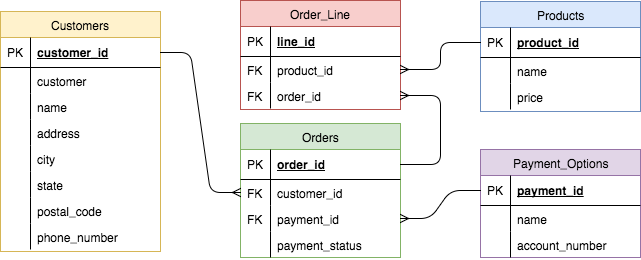
Earlier version of the draw.io export images/bangazon_erd.png (joellegg/bangazon-cli-ordering-system). Source tidied: cells renumbered, new cells last; positions are measured from the earlier drawing's top-left corner, leaving out a move shared by most shapes.
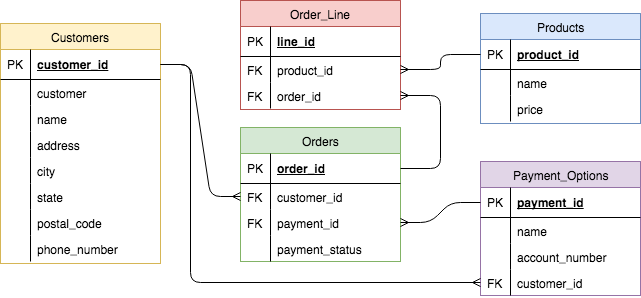
The same diagram one commit later.

The edit, as a diff of the source:
```diff
@@ -54,7 +54,7 @@
       <mxGeometry width="30" height="26" as="geometry" />
     </mxCell>
     <mxCell id="19" value="Payment_Options" style="swimlane;html=1;fontStyle=0;horizontal=1;startSize=26;fillColor=#e1d5e7;swimlaneFillColor=#ffffff;align=center;strokeColor=#9673a6;" parent="1" vertex="1">
-      <mxGeometry x="480" y="149" width="160" height="108" as="geometry" />
+      <mxGeometry x="480" y="149" width="160" height="134" as="geometry" />
     </mxCell>
     <mxCell id="20" value="payment_id" style="shape=partialRectangle;top=0;left=0;right=0;bottom=1;html=1;align=left;verticalAlign=middle;fillColor=none;spacingLeft=34;spacingRight=4;whiteSpace=wrap;overflow=hidden;points=[[0,0.5],[1,0.5]];portConstraint=eastwest;fontStyle=5;" parent="19" vertex="1">
       <mxGeometry y="26" width="160" height="30" as="geometry" />
@@ -74,6 +74,12 @@
     <mxCell id="25" style="shape=partialRectangle;top=0;left=0;bottom=0;html=1;fillColor=none;align=left;verticalAlign=top;spacingLeft=4;spacingRight=4;whiteSpace=wrap;overflow=hidden;" parent="24" vertex="1">
       <mxGeometry width="30" height="26" as="geometry" />
     </mxCell>
+    <mxCell id="53" value="customer_id" style="shape=partialRectangle;top=0;left=0;right=0;bottom=0;html=1;align=left;verticalAlign=top;fillColor=none;spacingLeft=34;spacingRight=4;whiteSpace=wrap;overflow=hidden;points=[[0,0.5],[1,0.5]];portConstraint=eastwest;" parent="19" vertex="1">
+      <mxGeometry y="108" width="160" height="26" as="geometry" />
+    </mxCell>
+    <mxCell id="54" value="FK" style="shape=partialRectangle;top=0;left=0;bottom=0;html=1;fillColor=none;align=left;verticalAlign=top;spacingLeft=4;spacingRight=4;whiteSpace=wrap;overflow=hidden;" parent="53" vertex="1">
+      <mxGeometry width="30" height="26" as="geometry" />
+    </mxCell>
     <mxCell id="26" value="Products" style="swimlane;html=1;fontStyle=0;horizontal=1;startSize=26;fillColor=#dae8fc;swimlaneFillColor=#ffffff;align=center;strokeColor=#6c8ebf;" parent="1" vertex="1">
       <mxGeometry x="480" y="1" width="160" height="110" as="geometry" />
     </mxCell>
@@ -96,7 +102,7 @@
       <mxGeometry width="30" height="26" as="geometry" />
     </mxCell>
     <mxCell id="33" value="Orders" style="swimlane;html=1;fontStyle=0;horizontal=1;startSize=26;fillColor=#d5e8d4;swimlaneFillColor=#ffffff;align=center;strokeColor=#82b366;" parent="1" vertex="1">
-      <mxGeometry x="240" y="123" width="160" height="134" as="geometry" />
+      <mxGeometry x="240" y="115" width="160" height="134" as="geometry" />
     </mxCell>
     <mxCell id="34" value="order_id" style="shape=partialRectangle;top=0;left=0;right=0;bottom=1;html=1;align=left;verticalAlign=middle;fillColor=none;spacingLeft=34;spacingRight=4;whiteSpace=wrap;overflow=hidden;points=[[0,0.5],[1,0.5]];portConstraint=eastwest;fontStyle=5;" parent="33" vertex="1">
       <mxGeometry y="26" width="160" height="30" as="geometry" />
@@ -123,7 +129,7 @@
       <mxGeometry width="30" height="26" as="geometry" />
     </mxCell>
     <mxCell id="42" value="Order_Line" style="swimlane;html=1;fontStyle=0;horizontal=1;startSize=26;fillColor=#f8cecc;swimlaneFillColor=#ffffff;align=center;strokeColor=#b85450;" parent="1" vertex="1">
-      <mxGeometry x="240" width="160" height="109" as="geometry" />
+      <mxGeometry x="240" y="-12" width="160" height="109" as="geometry" />
     </mxCell>
     <mxCell id="43" value="line_id" style="shape=partialRectangle;top=0;left=0;right=0;bottom=1;html=1;align=left;verticalAlign=middle;fillColor=none;spacingLeft=34;spacingRight=4;whiteSpace=wrap;overflow=hidden;fontStyle=5;" parent="42" vertex="1">
       <mxGeometry y="26" width="160" height="30" as="geometry" />
@@ -159,5 +165,13 @@
     <mxCell id="52" style="edgeStyle=entityRelationEdgeStyle;html=1;endArrow=none;startArrow=ERmany;entryX=0;entryY=0.5;exitX=1;exitY=0.5;startFill=0;endFill=0;" parent="1" edge="1" source="38" target="20">
       <mxGeometry relative="1" as="geometry" />
     </mxCell>
+    <mxCell id="55" style="edgeStyle=elbowEdgeStyle;html=1;endArrow=ERmany;exitX=1;exitY=0.5;entryX=0;entryY=0.5;" parent="1" edge="1" source="3" target="53">
+      <mxGeometry relative="1" as="geometry">
+        <Array as="points">
+          <mxPoint x="190" y="171" />
+          <mxPoint x="190" y="161" />
+        </Array>
+      </mxGeometry>
+    </mxCell>
   </root>
 </mxGraphModel>
```
